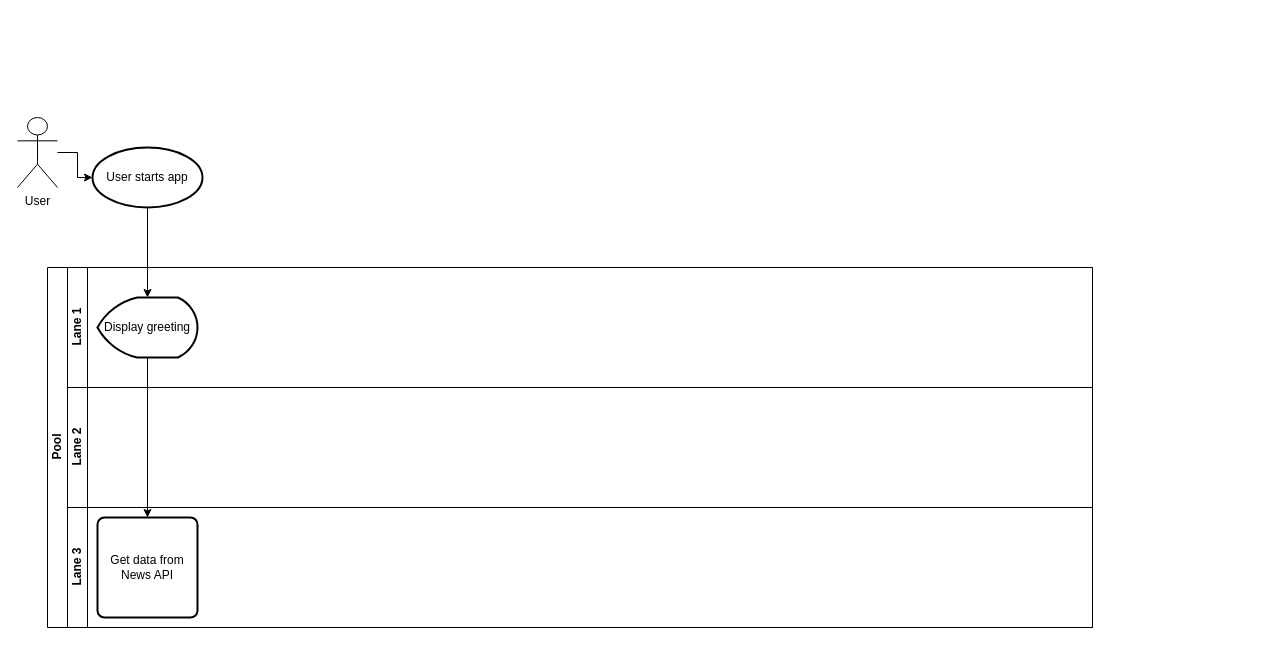
Before: Untitled Diagram.drawio in LeonSKennedy-ResidentEvil6/code-a-new-world, a draw.io diagram. Source tidied: cells renumbered, new cells numbered last; positions are measured from the earlier drawing's top-left corner, leaving out a move shared by most shapes. Both pictures are drawn from the tidied source at 100%, with x=0, y=0 at pixel (17, 117).
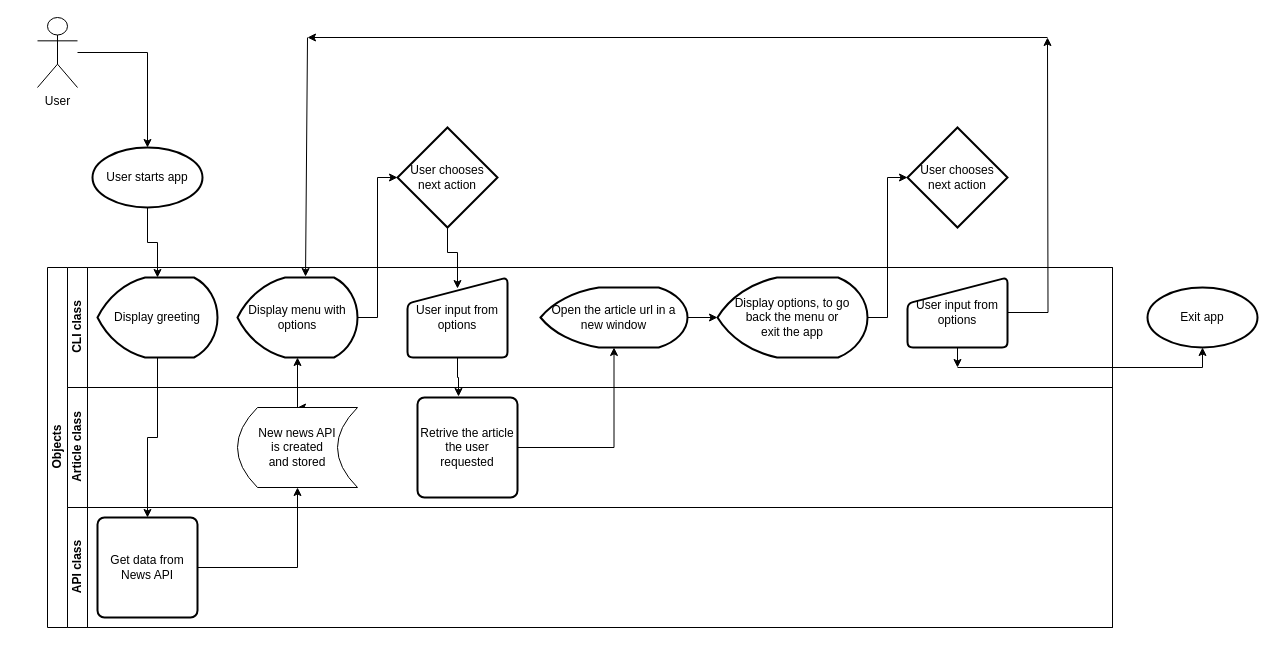
The same page after the edit.

The change refers to these unchanged cells:
```xml
<mxCell id="11" value="Get data from News API" style="rounded=1;whiteSpace=wrap;html=1;absoluteArcSize=1;arcSize=14;strokeWidth=2;" parent="10" vertex="1">
  <mxGeometry x="30" y="10" width="100" height="100" as="geometry" />
</mxCell>
```

Change to the diagram source:
```diff
@@
     <mxCell id="3" value="User" style="shape=umlActor;verticalLabelPosition=bottom;verticalAlign=top;html=1;outlineConnect=0;" parent="1" vertex="1">
-      <mxGeometry width="40" height="70" as="geometry" />
+      <mxGeometry x="20" y="-100" width="40" height="70" as="geometry" />
     </mxCell>
@@
-    <mxCell id="6" value="Pool" style="swimlane;html=1;horizontal=0;startSize=20;" parent="1" vertex="1">
-      <mxGeometry x="30" y="150" width="1045" height="360" as="geometry" />
+    <mxCell id="6" value="Objects" style="swimlane;html=1;horizontal=0;startSize=20;" parent="1" vertex="1">
+      <mxGeometry x="30" y="150" width="1065" height="360" as="geometry" />
     </mxCell>
-    <mxCell id="7" value="Lane 1" style="swimlane;html=1;startSize=20;horizontal=0;" parent="6" vertex="1">
-      <mxGeometry x="20" width="1025" height="120" as="geometry" />
+    <mxCell id="7" value="CLI class" style="swimlane;html=1;startSize=20;horizontal=0;" parent="6" vertex="1">
+      <mxGeometry x="20" width="1045" height="120" as="geometry" />
     </mxCell>
+    <mxCell id="13" value="User input from options" style="html=1;strokeWidth=2;shape=manualInput;whiteSpace=wrap;rounded=1;size=26;arcSize=11;align=center;" parent="7" vertex="1">
+      <mxGeometry x="840" y="10" width="100" height="70" as="geometry" />
+    </mxCell>
     <mxCell id="8" value="Display greeting" style="strokeWidth=2;html=1;shape=mxgraph.flowchart.display;whiteSpace=wrap;" parent="7" vertex="1">
-      <mxGeometry x="30" y="30" width="100" height="60" as="geometry" />
+      <mxGeometry x="30" y="10" width="120" height="80" as="geometry" />
     </mxCell>
+    <mxCell id="14" value="Display menu with options" style="strokeWidth=2;html=1;shape=mxgraph.flowchart.display;whiteSpace=wrap;align=center;" parent="7" vertex="1">
+      <mxGeometry x="170" y="10" width="120" height="80" as="geometry" />
+    </mxCell>
+    <mxCell id="15" value="User input from options" style="html=1;strokeWidth=2;shape=manualInput;whiteSpace=wrap;rounded=1;size=26;arcSize=11;align=center;" parent="7" vertex="1">
+      <mxGeometry x="340" y="10" width="100" height="80" as="geometry" />
+    </mxCell>
+    <mxCell id="16" style="edgeStyle=orthogonalEdgeStyle;rounded=0;jettySize=auto;html=1;entryX=0;entryY=0.5;entryDx=0;entryDy=0;entryPerimeter=0;" parent="7" edge="1" source="17" target="18">
+      <mxGeometry relative="1" as="geometry" />
+    </mxCell>
+    <mxCell id="17" value="Open the article url in a new window" style="strokeWidth=2;html=1;shape=mxgraph.flowchart.display;whiteSpace=wrap;align=center;" parent="7" vertex="1">
+      <mxGeometry x="473" y="20" width="147" height="60" as="geometry" />
+    </mxCell>
+    <mxCell id="18" value="Display options, to go &lt;br&gt;back the menu or &lt;br&gt;exit the app" style="strokeWidth=2;html=1;shape=mxgraph.flowchart.display;align=center;whiteSpace=wrap;" parent="7" vertex="1">
+      <mxGeometry x="650" y="10" width="150" height="80" as="geometry" />
+    </mxCell>
-    <mxCell id="9" value="Lane 2" style="swimlane;html=1;startSize=20;horizontal=0;" parent="6" vertex="1">
-      <mxGeometry x="20" y="120" width="1025" height="120" as="geometry" />
+    <mxCell id="9" value="Article class" style="swimlane;html=1;startSize=20;horizontal=0;" parent="6" vertex="1">
+      <mxGeometry x="20" y="120" width="1045" height="120" as="geometry" />
     </mxCell>
+    <mxCell id="19" style="edgeStyle=orthogonalEdgeStyle;rounded=0;orthogonalLoop=1;jettySize=auto;html=1;exitX=0.75;exitY=0;exitDx=0;exitDy=0;entryX=0.5;entryY=0;entryDx=0;entryDy=0;" parent="9" edge="1" source="20" target="20">
+      <mxGeometry relative="1" as="geometry" />
+    </mxCell>
+    <mxCell id="20" value="New news API &lt;br&gt;is created &lt;br&gt;and stored" style="shape=dataStorage;html=1;fixedSize=1;align=center;verticalAlign=middle;whiteSpace=wrap;" parent="9" vertex="1">
+      <mxGeometry x="170" y="20" width="120" height="80" as="geometry" />
+    </mxCell>
+    <mxCell id="21" value="Retrive the article the user requested" style="rounded=1;whiteSpace=wrap;html=1;absoluteArcSize=1;arcSize=14;strokeWidth=2;align=center;" parent="9" vertex="1">
+      <mxGeometry x="350" y="10" width="100" height="100" as="geometry" />
+    </mxCell>
-    <mxCell id="10" value="Lane 3" style="swimlane;html=1;startSize=20;horizontal=0;" parent="6" vertex="1">
-      <mxGeometry x="20" y="240" width="1025" height="120" as="geometry" />
+    <mxCell id="10" value="API class" style="swimlane;html=1;startSize=20;horizontal=0;" parent="6" vertex="1">
+      <mxGeometry x="20" y="240" width="1045" height="120" as="geometry" />
     </mxCell>
@@
+    <mxCell id="22" style="edgeStyle=orthogonalEdgeStyle;rounded=0;jettySize=auto;html=1;entryX=0.5;entryY=1;entryDx=0;entryDy=0;entryPerimeter=0;" parent="6" edge="1" source="20" target="14">
+      <mxGeometry relative="1" as="geometry" />
+    </mxCell>
+    <mxCell id="23" style="edgeStyle=orthogonalEdgeStyle;rounded=0;jettySize=auto;html=1;entryX=0.5;entryY=1;entryDx=0;entryDy=0;" parent="6" edge="1" source="11" target="20">
+      <mxGeometry relative="1" as="geometry" />
+    </mxCell>
+    <mxCell id="24" style="edgeStyle=orthogonalEdgeStyle;rounded=0;jettySize=auto;html=1;entryX=0.41;entryY=-0.01;entryDx=0;entryDy=0;entryPerimeter=0;" parent="6" edge="1" source="15" target="21">
+      <mxGeometry relative="1" as="geometry" />
+    </mxCell>
+    <mxCell id="25" style="edgeStyle=orthogonalEdgeStyle;rounded=0;jettySize=auto;html=1;entryX=0.5;entryY=1;entryDx=0;entryDy=0;entryPerimeter=0;" parent="6" edge="1" source="21" target="17">
+      <mxGeometry relative="1" as="geometry" />
+    </mxCell>
+    <mxCell id="26" style="edgeStyle=orthogonalEdgeStyle;rounded=0;jettySize=auto;html=1;entryX=0.5;entryY=0.138;entryDx=0;entryDy=0;entryPerimeter=0;" parent="1" edge="1" source="27" target="15">
+      <mxGeometry relative="1" as="geometry" />
+    </mxCell>
+    <mxCell id="27" value="User chooses next action" style="strokeWidth=2;html=1;shape=mxgraph.flowchart.decision;whiteSpace=wrap;align=center;" parent="1" vertex="1">
+      <mxGeometry x="380" y="10" width="100" height="100" as="geometry" />
+    </mxCell>
+    <mxCell id="28" style="edgeStyle=orthogonalEdgeStyle;rounded=0;jettySize=auto;html=1;entryX=0;entryY=0.5;entryDx=0;entryDy=0;entryPerimeter=0;" parent="1" edge="1" source="14" target="27">
+      <mxGeometry relative="1" as="geometry" />
+    </mxCell>
+    <mxCell id="29" value="User chooses next action" style="strokeWidth=2;html=1;shape=mxgraph.flowchart.decision;whiteSpace=wrap;align=center;" parent="1" vertex="1">
+      <mxGeometry x="890" y="10" width="100" height="100" as="geometry" />
+    </mxCell>
+    <mxCell id="30" style="edgeStyle=orthogonalEdgeStyle;rounded=0;jettySize=auto;html=1;entryX=0;entryY=0.5;entryDx=0;entryDy=0;entryPerimeter=0;" parent="1" edge="1" source="18" target="29">
+      <mxGeometry relative="1" as="geometry" />
+    </mxCell>
+    <mxCell id="31" style="edgeStyle=orthogonalEdgeStyle;rounded=0;jettySize=auto;html=1;" parent="1" edge="1" source="13">
+      <mxGeometry relative="1" as="geometry">
+        <mxPoint x="1030" y="-80" as="targetPoint" />
+      </mxGeometry>
+    </mxCell>
+    <mxCell id="32" value="Exit app" style="strokeWidth=2;html=1;shape=mxgraph.flowchart.start_1;whiteSpace=wrap;" parent="1" vertex="1">
+      <mxGeometry x="1130" y="170" width="110" height="60" as="geometry" />
+    </mxCell>
+    <mxCell id="33" style="edgeStyle=orthogonalEdgeStyle;rounded=0;jettySize=auto;html=1;" parent="1" edge="1" target="32">
+      <mxGeometry relative="1" as="geometry">
+        <mxPoint x="940" y="250" as="sourcePoint" />
+        <Array as="points">
+          <mxPoint x="1185" y="250" />
+        </Array>
+      </mxGeometry>
+    </mxCell>
+    <mxCell id="34" style="edgeStyle=orthogonalEdgeStyle;rounded=0;jettySize=auto;html=1;" parent="1" edge="1" source="13">
+      <mxGeometry relative="1" as="geometry">
+        <mxPoint x="940" y="250" as="targetPoint" />
+      </mxGeometry>
+    </mxCell>
+    <mxCell id="35" style="endArrow=classic;html=1;" parent="1" edge="1">
+      <mxGeometry relative="1" as="geometry">
+        <mxPoint x="1030" y="-80" as="sourcePoint" />
+        <mxPoint x="290" y="-80" as="targetPoint" />
+      </mxGeometry>
+    </mxCell>
+    <mxCell id="36" style="endArrow=classic;html=1;entryX=0.567;entryY=-0.012;entryDx=0;entryDy=0;entryPerimeter=0;" parent="1" edge="1" target="14">
+      <mxGeometry relative="1" as="geometry">
+        <mxPoint x="290" y="-80" as="sourcePoint" />
+      </mxGeometry>
+    </mxCell>
```
